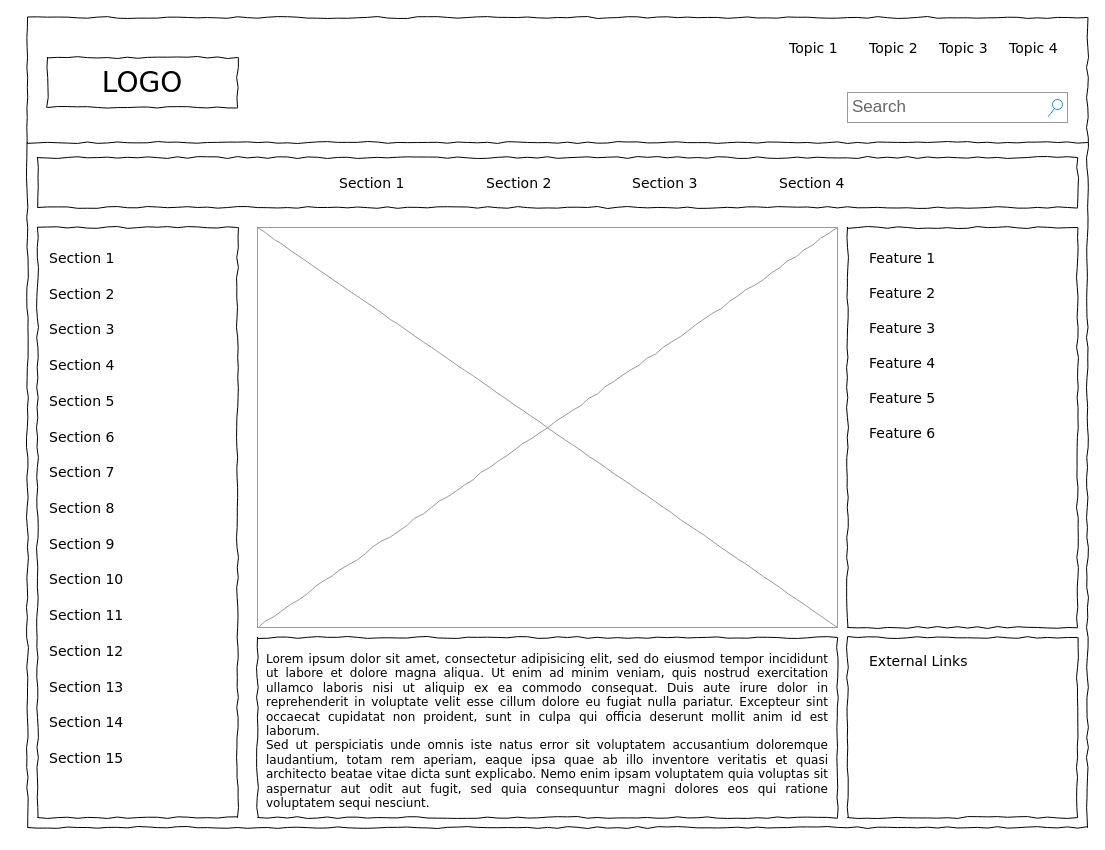
mkauff1/matthew-kauff keeps this draw.io diagram as Untitled Diagram.drawio. Above is the earlier version. Source tidied: cells renumbered, new cells numbered last; positions are measured from the earlier drawing's top-left corner, leaving out a move shared by most shapes. Both pictures are drawn from the tidied source at 100%, with x=0, y=0 at pixel (27, 17).
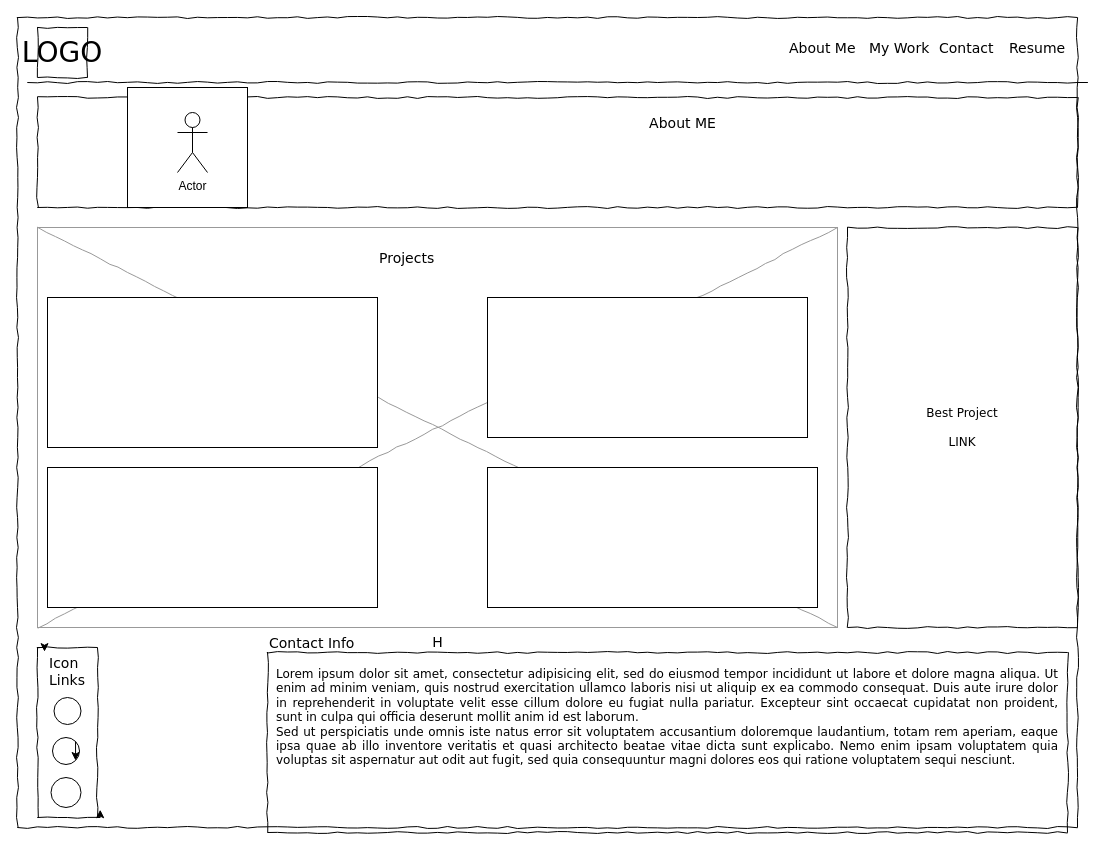
The same page after the edit.

What changed in the source:
```diff
@@
     <mxCell id="2" style="whiteSpace=wrap;html=1;rounded=0;shadow=0;labelBackgroundColor=none;strokeColor=#000000;strokeWidth=1;fillColor=none;fontFamily=Verdana;fontSize=12;fontColor=#000000;align=center;comic=1;" parent="1" vertex="1">
-      <mxGeometry width="1060" height="810" as="geometry" />
+      <mxGeometry x="-10" width="1060" height="810" as="geometry" />
     </mxCell>
     <mxCell id="3" value="LOGO" style="whiteSpace=wrap;html=1;rounded=0;shadow=0;labelBackgroundColor=none;strokeWidth=1;fontFamily=Verdana;fontSize=28;align=center;comic=1;" parent="1" vertex="1">
-      <mxGeometry x="20" y="40" width="190" height="50" as="geometry" />
+      <mxGeometry x="10" y="10" width="50" height="50" as="geometry" />
     </mxCell>
-    <mxCell id="4" value="Search" style="strokeWidth=1;shadow=0;dashed=0;align=center;html=1;shape=mxgraph.mockup.forms.searchBox;strokeColor=#999999;mainText=;strokeColor2=#008cff;fontColor=#666666;fontSize=17;align=left;spacingLeft=3;rounded=0;labelBackgroundColor=none;comic=1;" parent="1" vertex="1">
-      <mxGeometry x="820" y="75" width="220" height="30" as="geometry" />
-    </mxCell>
-    <mxCell id="5" value="Topic 1" style="text;html=1;align=left;verticalAlign=top;spacingTop=-4;fontSize=14;fontFamily=Verdana;" parent="1" vertex="1">
+    <mxCell id="5" value="About Me" style="text;html=1;align=left;verticalAlign=top;spacingTop=-4;fontSize=14;fontFamily=Verdana;" parent="1" vertex="1">
       <mxGeometry x="760" y="20" width="60" height="20" as="geometry" />
     </mxCell>
-    <mxCell id="6" value="Topic 2" style="text;html=1;align=left;verticalAlign=top;spacingTop=-4;fontSize=14;fontFamily=Verdana;" parent="1" vertex="1">
+    <mxCell id="6" value="My Work" style="text;html=1;align=left;verticalAlign=top;spacingTop=-4;fontSize=14;fontFamily=Verdana;" parent="1" vertex="1">
       <mxGeometry x="840" y="20" width="60" height="20" as="geometry" />
     </mxCell>
-    <mxCell id="7" value="Topic 3" style="text;html=1;align=left;verticalAlign=top;spacingTop=-4;fontSize=14;fontFamily=Verdana;" parent="1" vertex="1">
+    <mxCell id="7" value="Contact" style="text;html=1;align=left;verticalAlign=top;spacingTop=-4;fontSize=14;fontFamily=Verdana;" parent="1" vertex="1">
       <mxGeometry x="910" y="20" width="60" height="20" as="geometry" />
     </mxCell>
-    <mxCell id="8" value="Topic 4" style="text;html=1;align=left;verticalAlign=top;spacingTop=-4;fontSize=14;fontFamily=Verdana;" parent="1" vertex="1">
+    <mxCell id="8" value="Resume" style="text;html=1;align=left;verticalAlign=top;spacingTop=-4;fontSize=14;fontFamily=Verdana;" parent="1" vertex="1">
       <mxGeometry x="980" y="20" width="60" height="20" as="geometry" />
     </mxCell>
+    <mxCell id="42" style="edgeStyle=orthogonalEdgeStyle;rounded=0;jettySize=auto;html=1;exitX=0;exitY=0;exitDx=0;exitDy=0;entryX=-0.075;entryY=-0.005;entryDx=0;entryDy=0;entryPerimeter=0;" parent="1" edge="1" source="9" target="34">
+      <mxGeometry relative="1" as="geometry" />
+    </mxCell>
     <mxCell id="9" style="whiteSpace=wrap;html=1;rounded=0;shadow=0;labelBackgroundColor=none;strokeWidth=1;fillColor=none;fontFamily=Verdana;fontSize=12;align=center;comic=1;" parent="1" vertex="1">
-      <mxGeometry x="10" y="210" width="200" height="590" as="geometry" />
+      <mxGeometry x="10" y="630" width="60" height="170" as="geometry" />
     </mxCell>
     <mxCell id="10" style="line;strokeWidth=1;html=1;rounded=0;shadow=0;labelBackgroundColor=none;fillColor=none;fontFamily=Verdana;fontSize=14;fontColor=#000000;align=center;comic=1;" parent="1" vertex="1">
-      <mxGeometry y="120" width="1060" height="10" as="geometry" />
+      <mxGeometry y="10" width="1060" height="110" as="geometry" />
     </mxCell>
     <mxCell id="11" style="whiteSpace=wrap;html=1;rounded=0;shadow=0;labelBackgroundColor=none;strokeWidth=1;fillColor=none;fontFamily=Verdana;fontSize=12;align=center;comic=1;" parent="1" vertex="1">
-      <mxGeometry x="10" y="140" width="1040" height="50" as="geometry" />
+      <mxGeometry x="10" y="80" width="1040" height="110" as="geometry" />
     </mxCell>
-    <mxCell id="12" value="Section 1" style="text;html=1;align=left;verticalAlign=top;spacingTop=-4;fontSize=14;fontFamily=Verdana;" parent="1" vertex="1">
-      <mxGeometry x="310" y="155" width="60" height="20" as="geometry" />
+    <mxCell id="12" value="About ME" style="text;html=1;align=center;verticalAlign=top;spacingTop=-4;fontSize=14;fontFamily=Verdana;" parent="1" vertex="1">
+      <mxGeometry x="320" y="95" width="670" height="75" as="geometry" />
     </mxCell>
-    <mxCell id="13" value="Section 2" style="text;html=1;align=left;verticalAlign=top;spacingTop=-4;fontSize=14;fontFamily=Verdana;" parent="1" vertex="1">
-      <mxGeometry x="457" y="155" width="60" height="20" as="geometry" />
-    </mxCell>
-    <mxCell id="14" value="Section 3" style="text;html=1;align=left;verticalAlign=top;spacingTop=-4;fontSize=14;fontFamily=Verdana;" parent="1" vertex="1">
-      <mxGeometry x="603" y="155" width="60" height="20" as="geometry" />
-    </mxCell>
-    <mxCell id="15" value="Section 4" style="text;html=1;align=left;verticalAlign=top;spacingTop=-4;fontSize=14;fontFamily=Verdana;" parent="1" vertex="1">
-      <mxGeometry x="750" y="155" width="60" height="20" as="geometry" />
-    </mxCell>
     <mxCell id="16" value="&lt;div style=&quot;text-align: justify&quot;&gt;&lt;span&gt;Lorem ipsum dolor sit amet, consectetur adipisicing elit, sed do eiusmod tempor incididunt ut labore et dolore magna aliqua. Ut enim ad minim veniam, quis nostrud exercitation ullamco laboris nisi ut aliquip ex ea commodo consequat. Duis aute irure dolor in reprehenderit in voluptate velit esse cillum dolore eu fugiat nulla pariatur. Excepteur sint occaecat cupidatat non proident, sunt in culpa qui officia deserunt mollit anim id est laborum.&lt;/span&gt;&lt;/div&gt;&lt;div style=&quot;text-align: justify&quot;&gt;&lt;span&gt;Sed ut perspiciatis unde omnis iste natus error sit voluptatem accusantium doloremque laudantium, totam rem aperiam, eaque ipsa quae ab illo inventore veritatis et quasi architecto beatae vitae dicta sunt explicabo. Nemo enim ipsam voluptatem quia voluptas sit aspernatur aut odit aut fugit, sed quia consequuntur magni dolores eos qui ratione voluptatem sequi nesciunt.&amp;nbsp;&lt;/span&gt;&lt;/div&gt;" style="whiteSpace=wrap;html=1;rounded=0;shadow=0;labelBackgroundColor=none;strokeWidth=1;fillColor=none;fontFamily=Verdana;fontSize=12;align=center;verticalAlign=top;spacing=10;comic=1;" parent="1" vertex="1">
-      <mxGeometry x="230" y="620" width="580" height="180" as="geometry" />
+      <mxGeometry x="240" y="635" width="800" height="180" as="geometry" />
     </mxCell>
-    <mxCell id="17" style="verticalLabelPosition=bottom;shadow=0;dashed=0;align=center;html=1;verticalAlign=top;strokeWidth=1;shape=mxgraph.mockup.graphics.simpleIcon;strokeColor=#999999;rounded=0;labelBackgroundColor=none;fontFamily=Verdana;fontSize=14;fontColor=#000000;comic=1;" parent="1" vertex="1">
-      <mxGeometry x="230" y="210" width="580" height="400" as="geometry" />
+    <mxCell id="17" value="H" style="verticalLabelPosition=bottom;shadow=0;dashed=0;align=center;html=1;verticalAlign=top;strokeWidth=1;shape=mxgraph.mockup.graphics.simpleIcon;strokeColor=#999999;rounded=0;labelBackgroundColor=none;fontFamily=Verdana;fontSize=14;fontColor=#000000;comic=1;" parent="1" vertex="1">
+      <mxGeometry x="10" y="210" width="800" height="400" as="geometry" />
     </mxCell>
-    <mxCell id="18" style="whiteSpace=wrap;html=1;rounded=0;shadow=0;labelBackgroundColor=none;strokeWidth=1;fillColor=none;fontFamily=Verdana;fontSize=12;align=center;comic=1;" parent="1" vertex="1">
+    <mxCell id="18" value="&lt;div&gt;Best Project&lt;/div&gt;&lt;div&gt;&lt;br&gt;&lt;/div&gt;&lt;div&gt;LINK&lt;br&gt;&lt;/div&gt;" style="whiteSpace=wrap;html=1;rounded=0;shadow=0;labelBackgroundColor=none;strokeWidth=1;fillColor=none;fontFamily=Verdana;fontSize=12;align=center;comic=1;" parent="1" vertex="1">
       <mxGeometry x="820" y="210" width="230" height="400" as="geometry" />
     </mxCell>
-    <mxCell id="19" style="whiteSpace=wrap;html=1;rounded=0;shadow=0;labelBackgroundColor=none;strokeWidth=1;fillColor=none;fontFamily=Verdana;fontSize=12;align=center;comic=1;" parent="1" vertex="1">
-      <mxGeometry x="820" y="620" width="230" height="180" as="geometry" />
-    </mxCell>
-    <mxCell id="20" value="Section 1" style="text;html=1;align=left;verticalAlign=top;spacingTop=-4;fontSize=14;fontFamily=Verdana;" parent="1" vertex="1">
-      <mxGeometry x="20" y="230" width="170" height="20" as="geometry" />
-    </mxCell>
-    <mxCell id="21" value="Section 2" style="text;html=1;align=left;verticalAlign=top;spacingTop=-4;fontSize=14;fontFamily=Verdana;" parent="1" vertex="1">
-      <mxGeometry x="20" y="266" width="170" height="20" as="geometry" />
-    </mxCell>
-    <mxCell id="22" value="Section 3" style="text;html=1;align=left;verticalAlign=top;spacingTop=-4;fontSize=14;fontFamily=Verdana;" parent="1" vertex="1">
-      <mxGeometry x="20" y="301" width="170" height="20" as="geometry" />
-    </mxCell>
-    <mxCell id="23" value="Section 4" style="text;html=1;align=left;verticalAlign=top;spacingTop=-4;fontSize=14;fontFamily=Verdana;" parent="1" vertex="1">
-      <mxGeometry x="20" y="337" width="170" height="20" as="geometry" />
-    </mxCell>
-    <mxCell id="24" value="Section 7" style="text;html=1;align=left;verticalAlign=top;spacingTop=-4;fontSize=14;fontFamily=Verdana;" parent="1" vertex="1">
-      <mxGeometry x="20" y="444" width="170" height="20" as="geometry" />
-    </mxCell>
-    <mxCell id="25" value="Section 8" style="text;html=1;align=left;verticalAlign=top;spacingTop=-4;fontSize=14;fontFamily=Verdana;" parent="1" vertex="1">
-      <mxGeometry x="20" y="480" width="170" height="20" as="geometry" />
-    </mxCell>
-    <mxCell id="26" value="Section 9" style="text;html=1;align=left;verticalAlign=top;spacingTop=-4;fontSize=14;fontFamily=Verdana;" parent="1" vertex="1">
-      <mxGeometry x="20" y="516" width="170" height="20" as="geometry" />
-    </mxCell>
-    <mxCell id="27" value="Section 10" style="text;html=1;align=left;verticalAlign=top;spacingTop=-4;fontSize=14;fontFamily=Verdana;" parent="1" vertex="1">
-      <mxGeometry x="20" y="551" width="170" height="20" as="geometry" />
-    </mxCell>
-    <mxCell id="28" value="Section 11" style="text;html=1;align=left;verticalAlign=top;spacingTop=-4;fontSize=14;fontFamily=Verdana;" parent="1" vertex="1">
-      <mxGeometry x="20" y="587" width="170" height="20" as="geometry" />
-    </mxCell>
-    <mxCell id="29" value="Section 12" style="text;html=1;align=left;verticalAlign=top;spacingTop=-4;fontSize=14;fontFamily=Verdana;" parent="1" vertex="1">
-      <mxGeometry x="20" y="623" width="170" height="20" as="geometry" />
-    </mxCell>
-    <mxCell id="30" value="Section 13" style="text;html=1;align=left;verticalAlign=top;spacingTop=-4;fontSize=14;fontFamily=Verdana;" parent="1" vertex="1">
-      <mxGeometry x="20" y="659" width="170" height="20" as="geometry" />
-    </mxCell>
-    <mxCell id="31" value="Section 14" style="text;html=1;align=left;verticalAlign=top;spacingTop=-4;fontSize=14;fontFamily=Verdana;" parent="1" vertex="1">
-      <mxGeometry x="20" y="694" width="170" height="20" as="geometry" />
-    </mxCell>
-    <mxCell id="32" value="Section 5" style="text;html=1;align=left;verticalAlign=top;spacingTop=-4;fontSize=14;fontFamily=Verdana;" parent="1" vertex="1">
-      <mxGeometry x="20" y="373" width="170" height="20" as="geometry" />
-    </mxCell>
-    <mxCell id="33" value="Section 6" style="text;html=1;align=left;verticalAlign=top;spacingTop=-4;fontSize=14;fontFamily=Verdana;" parent="1" vertex="1">
-      <mxGeometry x="20" y="409" width="170" height="20" as="geometry" />
-    </mxCell>
-    <mxCell id="34" value="Section 15" style="text;html=1;points=[];align=left;verticalAlign=top;spacingTop=-4;fontSize=14;fontFamily=Verdana;" parent="1" vertex="1">
-      <mxGeometry x="20" y="730" width="170" height="20" as="geometry" />
+    <mxCell id="34" value="&lt;div&gt;Icon&lt;/div&gt;&lt;div&gt;Links&lt;br&gt;&lt;/div&gt;" style="text;html=1;points=[];align=left;verticalAlign=top;spacingTop=-4;fontSize=14;fontFamily=Verdana;" parent="1" vertex="1">
+      <mxGeometry x="20" y="635" width="40" height="165" as="geometry" />
     </mxCell>
-    <mxCell id="35" value="External Links" style="text;html=1;align=left;verticalAlign=top;spacingTop=-4;fontSize=14;fontFamily=Verdana;" parent="1" vertex="1">
-      <mxGeometry x="840" y="633" width="170" height="20" as="geometry" />
+    <mxCell id="35" value="Contact Info" style="text;html=1;align=left;verticalAlign=top;spacingTop=-4;fontSize=14;fontFamily=Verdana;" parent="1" vertex="1">
+      <mxGeometry x="240" y="615" width="170" height="20" as="geometry" />
     </mxCell>
-    <mxCell id="36" value="Feature 1" style="text;html=1;align=left;verticalAlign=top;spacingTop=-4;fontSize=14;fontFamily=Verdana;" parent="1" vertex="1">
-      <mxGeometry x="840" y="230" width="170" height="20" as="geometry" />
+    <mxCell id="36" value="Projects" style="text;html=1;align=left;verticalAlign=top;spacingTop=-4;fontSize=14;fontFamily=Verdana;" parent="1" vertex="1">
+      <mxGeometry x="350" y="230" width="70" height="55" as="geometry" />
     </mxCell>
-    <mxCell id="37" value="Feature 2" style="text;html=1;align=left;verticalAlign=top;spacingTop=-4;fontSize=14;fontFamily=Verdana;" parent="1" vertex="1">
-      <mxGeometry x="840" y="265" width="170" height="20" as="geometry" />
-    </mxCell>
-    <mxCell id="38" value="Feature 3" style="text;html=1;align=left;verticalAlign=top;spacingTop=-4;fontSize=14;fontFamily=Verdana;" parent="1" vertex="1">
-      <mxGeometry x="840" y="300" width="170" height="20" as="geometry" />
-    </mxCell>
-    <mxCell id="39" value="Feature 4" style="text;html=1;align=left;verticalAlign=top;spacingTop=-4;fontSize=14;fontFamily=Verdana;" parent="1" vertex="1">
-      <mxGeometry x="840" y="335" width="170" height="20" as="geometry" />
-    </mxCell>
-    <mxCell id="40" value="Feature 5" style="text;html=1;align=left;verticalAlign=top;spacingTop=-4;fontSize=14;fontFamily=Verdana;" parent="1" vertex="1">
-      <mxGeometry x="840" y="370" width="170" height="20" as="geometry" />
-    </mxCell>
-    <mxCell id="41" value="Feature 6" style="text;html=1;align=left;verticalAlign=top;spacingTop=-4;fontSize=14;fontFamily=Verdana;" parent="1" vertex="1">
-      <mxGeometry x="840" y="405" width="170" height="20" as="geometry" />
-    </mxCell>
+    <mxCell id="43" style="whiteSpace=wrap;html=1;" parent="1" vertex="1">
+      <mxGeometry x="100" y="70" width="120" height="120" as="geometry" />
+    </mxCell>
+    <mxCell id="44" value="Actor" style="shape=umlActor;verticalLabelPosition=bottom;verticalAlign=top;html=1;" parent="1" vertex="1">
+      <mxGeometry x="150" y="95" width="30" height="60" as="geometry" />
+    </mxCell>
+    <mxCell id="45" style="ellipse;whiteSpace=wrap;html=1;" parent="1" vertex="1">
+      <mxGeometry x="26.5" y="680" width="27" height="27" as="geometry" />
+    </mxCell>
+    <mxCell id="46" style="ellipse;whiteSpace=wrap;html=1;" parent="1" vertex="1">
+      <mxGeometry x="23.5" y="760" width="30" height="30" as="geometry" />
+    </mxCell>
+    <mxCell id="47" style="ellipse;whiteSpace=wrap;html=1;" parent="1" vertex="1">
+      <mxGeometry x="25" y="720" width="27" height="27" as="geometry" />
+    </mxCell>
+    <mxCell id="48" style="edgeStyle=orthogonalEdgeStyle;rounded=0;orthogonalLoop=1;jettySize=auto;html=1;exitX=1;exitY=1;exitDx=0;exitDy=0;entryX=1.045;entryY=0.954;entryDx=0;entryDy=0;entryPerimeter=0;" parent="1" edge="1" source="9" target="9">
+      <mxGeometry relative="1" as="geometry" />
+    </mxCell>
+    <mxCell id="49" style="edgeStyle=orthogonalEdgeStyle;rounded=0;orthogonalLoop=1;jettySize=auto;html=1;exitX=1;exitY=0;exitDx=0;exitDy=0;entryX=1;entryY=1;entryDx=0;entryDy=0;" parent="1" edge="1" source="47" target="47">
+      <mxGeometry relative="1" as="geometry" />
+    </mxCell>
+    <mxCell id="50" style="rounded=0;whiteSpace=wrap;html=1;" parent="1" vertex="1">
+      <mxGeometry x="460" y="280" width="320" height="140" as="geometry" />
+    </mxCell>
+    <mxCell id="51" style="rounded=0;whiteSpace=wrap;html=1;" parent="1" vertex="1">
+      <mxGeometry x="20" y="280" width="330" height="150" as="geometry" />
+    </mxCell>
+    <mxCell id="52" style="rounded=0;whiteSpace=wrap;html=1;" parent="1" vertex="1">
+      <mxGeometry x="20" y="450" width="330" height="140" as="geometry" />
+    </mxCell>
+    <mxCell id="53" style="rounded=0;whiteSpace=wrap;html=1;" parent="1" vertex="1">
+      <mxGeometry x="460" y="450" width="330" height="140" as="geometry" />
+    </mxCell>
```
